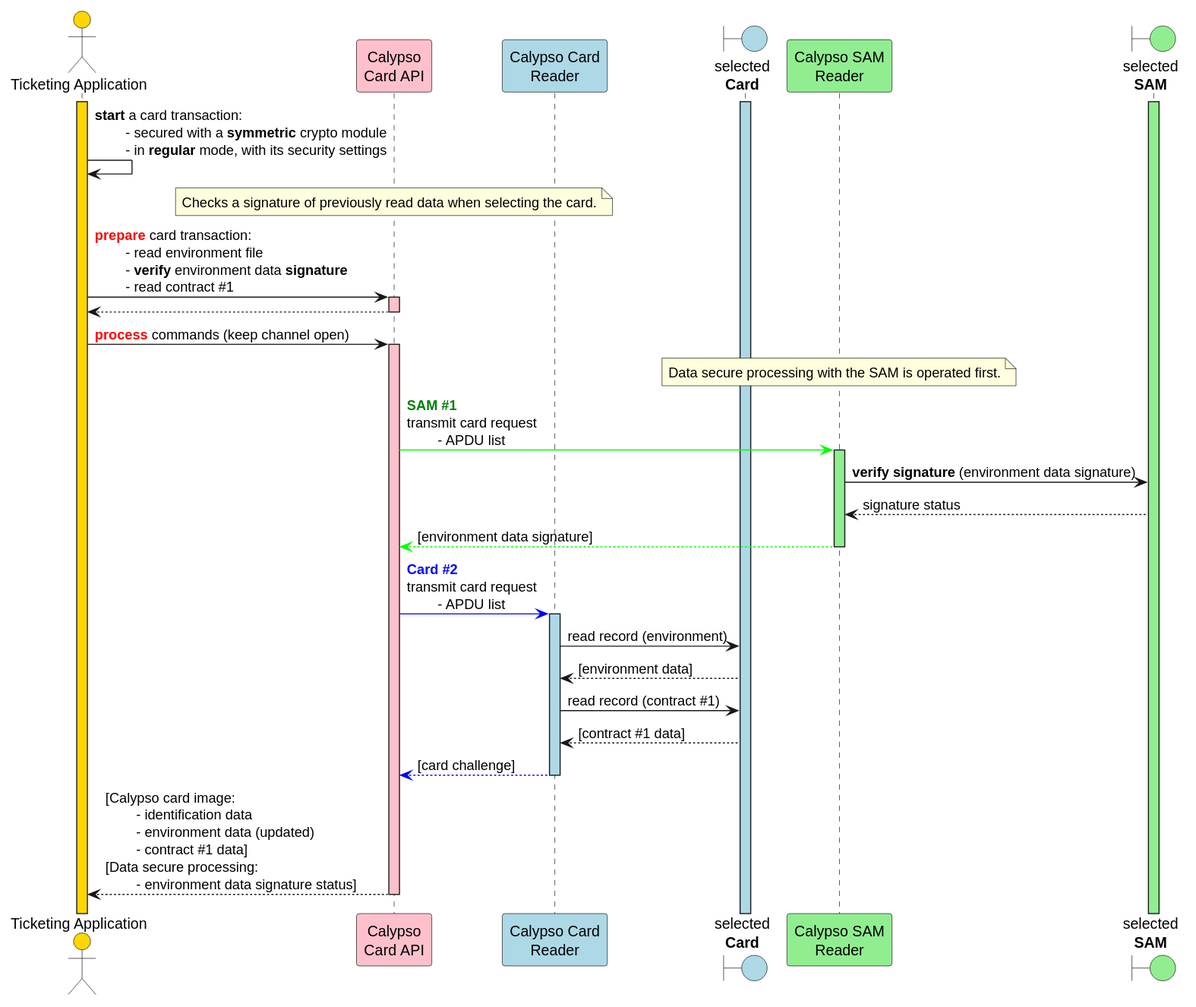
calypsonet/calypsonet-terminal-api-website keeps this PlantUML diagram as static/media/specifications/calypso_transaction_DSP_outside_session_sequence_diagram.svg. Above is the earlier version.
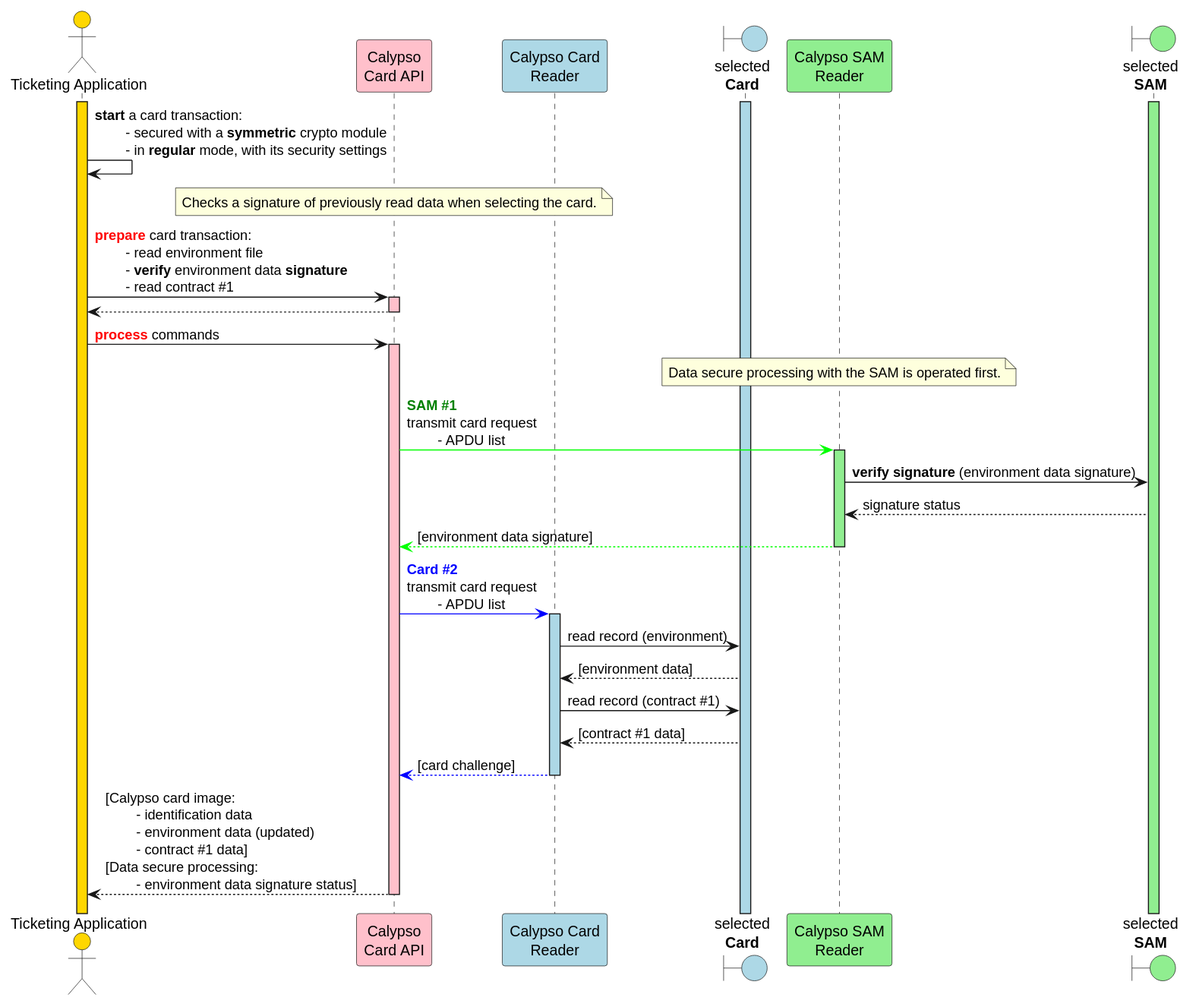
The same file after the commit.

Change to the diagram source:
```diff
@@ -52,7 +52,7 @@
 capi-->app
 deactivate capi
 
-app->capi: <font color=red>**process**</font> commands (keep channel open)
+app->capi: <font color=red>**process**</font> commands
 activate capi  #pink
 
 note over samReader
```
